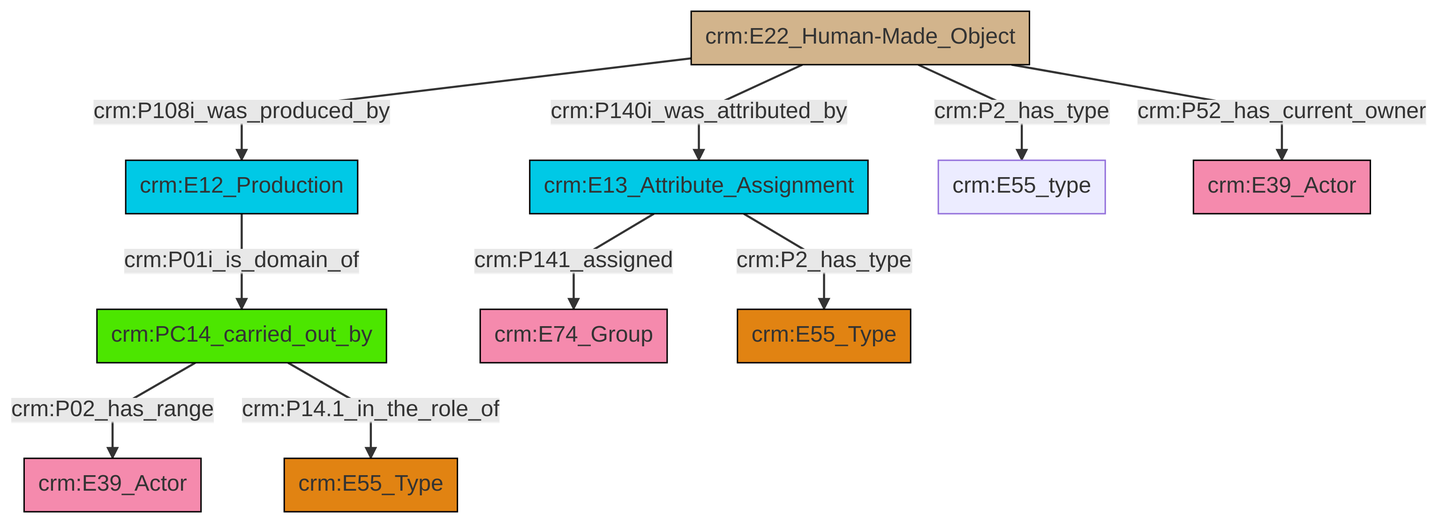
The Mermaid diagram et/builtWorkCSV/ttl/mmd/png/Built_Work_actor_relations.png in swiss-art-research-net/reference-data-models, before a commit. Its source is kept beside it as et/builtWorkCSV/ttl/mmd/Built_Work_actor_relations.ttl.mmd.
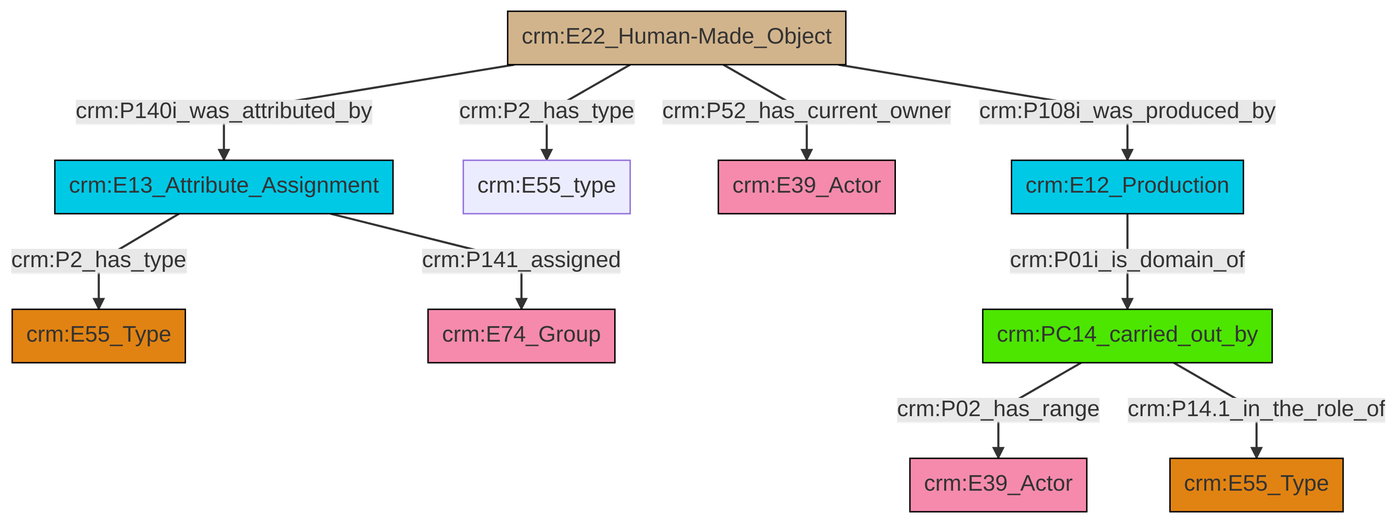
After the commit.

What changed in the source:
```diff
@@ -13,12 +13,12 @@
 classDef PC_Classes fill:#4ce600, stroke:#000000;
 classDef Multi fill:#cccccc,stroke:#000000;
 
-6["crm:PC14_carried_out_by"]:::PC_Classes -->|crm:P02_has_range| 7["crm:E39_Actor"]:::Actor
-6["crm:PC14_carried_out_by"]:::PC_Classes -->|crm:P14.1_in_the_role_of| 4["crm:E55_Type"]:::Type
-11["crm:E22_Human-Made_Object"]:::Physical_Thing -->|crm:P2_has_type| 9["crm:E55_type"]:::Default
-11["crm:E22_Human-Made_Object"]:::Physical_Thing -->|crm:P108i_was_produced_by| 2["crm:E12_Production"]:::Temporal_Entity
-0["crm:E13_Attribute_Assignment"]:::Temporal_Entity -->|crm:P141_assigned| 12["crm:E74_Group"]:::Actor
-2["crm:E12_Production"]:::Temporal_Entity -->|crm:P01i_is_domain_of| 6["crm:PC14_carried_out_by"]:::PC_Classes
-11["crm:E22_Human-Made_Object"]:::Physical_Thing -->|crm:P52_has_current_owner| 16["crm:E39_Actor"]:::Actor
-11["crm:E22_Human-Made_Object"]:::Physical_Thing -->|crm:P140i_was_attributed_by| 0["crm:E13_Attribute_Assignment"]:::Temporal_Entity
-0["crm:E13_Attribute_Assignment"]:::Temporal_Entity -->|crm:P2_has_type| 13["crm:E55_Type"]:::Type
+0["crm:E13_Attribute_Assignment"]:::Temporal_Entity -->|crm:P2_has_type| 1["crm:E55_Type"]:::Type
+4["crm:E22_Human-Made_Object"]:::Physical_Thing -->|crm:P2_has_type| 5["crm:E55_type"]:::Default
+4["crm:E22_Human-Made_Object"]:::Physical_Thing -->|crm:P52_has_current_owner| 12["crm:E39_Actor"]:::Actor
+0["crm:E13_Attribute_Assignment"]:::Temporal_Entity -->|crm:P141_assigned| 6["crm:E74_Group"]:::Actor
+4["crm:E22_Human-Made_Object"]:::Physical_Thing -->|crm:P140i_was_attributed_by| 0["crm:E13_Attribute_Assignment"]:::Temporal_Entity
+10["crm:PC14_carried_out_by"]:::PC_Classes -->|crm:P02_has_range| 2["crm:E39_Actor"]:::Actor
+15["crm:E12_Production"]:::Temporal_Entity -->|crm:P01i_is_domain_of| 10["crm:PC14_carried_out_by"]:::PC_Classes
+10["crm:PC14_carried_out_by"]:::PC_Classes -->|crm:P14.1_in_the_role_of| 8["crm:E55_Type"]:::Type
+4["crm:E22_Human-Made_Object"]:::Physical_Thing -->|crm:P108i_was_produced_by| 15["crm:E12_Production"]:::Temporal_Entity
```
